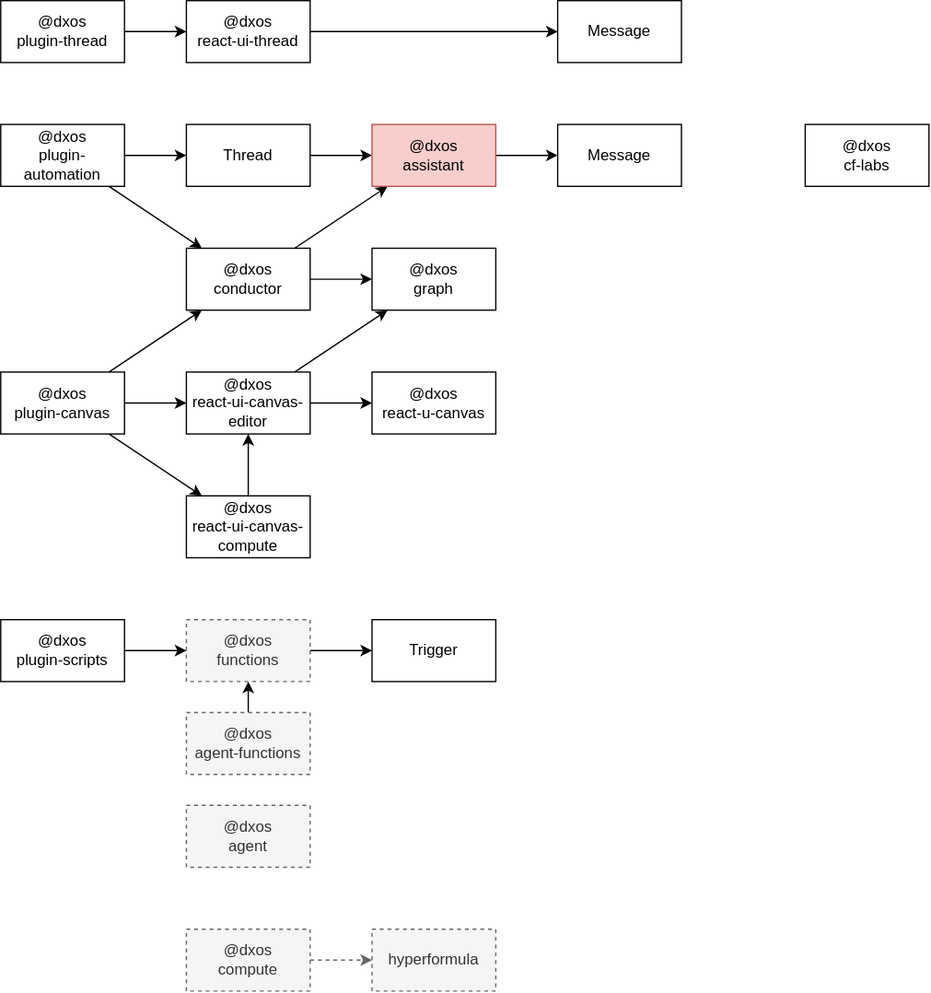
The draw.io diagram packages/ui/react-ui-canvas-compute/docs/packages.drawio.svg in dxos/dxos, before a commit. Source tidied: cells renumbered, new cells last; positions are measured from the earlier drawing's top-left corner, leaving out a move shared by most shapes. The source it was exported from:
```xml
<mxGraphModel>
  <root>
    <mxCell id="0" />
    <mxCell id="1" parent="0" />
    <mxCell id="2" style="edgeStyle=none;html=1;exitX=1;exitY=0.5;exitDx=0;exitDy=0;" parent="1" edge="1" source="4" target="9">
      <mxGeometry relative="1" as="geometry" />
    </mxCell>
    <mxCell id="3" style="edgeStyle=none;html=1;" parent="1" edge="1" source="4" target="8">
      <mxGeometry relative="1" as="geometry" />
    </mxCell>
    <mxCell id="4" value="@dxos&lt;br&gt;conductor" style="rounded=0;whiteSpace=wrap;html=1;" parent="1" vertex="1">
      <mxGeometry x="144" y="192" width="96" height="48" as="geometry" />
    </mxCell>
    <mxCell id="5" style="edgeStyle=none;html=1;exitX=1;exitY=0.5;exitDx=0;exitDy=0;fillColor=#f5f5f5;strokeColor=#666666;dashed=1;" parent="1" edge="1" source="6" target="10">
      <mxGeometry relative="1" as="geometry" />
    </mxCell>
    <mxCell id="6" value="@dxos&lt;br&gt;compute" style="rounded=0;whiteSpace=wrap;html=1;fillColor=#f5f5f5;strokeColor=#666666;fontColor=#333333;dashed=1;" parent="1" vertex="1">
      <mxGeometry x="144" y="720" width="96" height="48" as="geometry" />
    </mxCell>
    <mxCell id="7" style="edgeStyle=none;html=1;exitX=1;exitY=0.5;exitDx=0;exitDy=0;" parent="1" edge="1" source="8" target="17">
      <mxGeometry relative="1" as="geometry" />
    </mxCell>
    <mxCell id="8" value="@dxos&lt;br&gt;assistant" style="rounded=0;whiteSpace=wrap;html=1;fillColor=#f8cecc;strokeColor=#b85450;" parent="1" vertex="1">
      <mxGeometry x="288" y="96" width="96" height="48" as="geometry" />
    </mxCell>
    <mxCell id="9" value="@dxos&lt;br&gt;graph" style="rounded=0;whiteSpace=wrap;html=1;" parent="1" vertex="1">
      <mxGeometry x="288" y="192" width="96" height="48" as="geometry" />
    </mxCell>
    <mxCell id="10" value="hyperformula" style="rounded=0;whiteSpace=wrap;html=1;fillColor=#f5f5f5;strokeColor=#666666;fontColor=#333333;dashed=1;" parent="1" vertex="1">
      <mxGeometry x="288" y="720" width="96" height="48" as="geometry" />
    </mxCell>
    <mxCell id="11" style="edgeStyle=none;html=1;" parent="1" edge="1" source="14" target="4">
      <mxGeometry relative="1" as="geometry" />
    </mxCell>
    <mxCell id="12" style="edgeStyle=none;html=1;" parent="1" edge="1" source="14" target="21">
      <mxGeometry relative="1" as="geometry" />
    </mxCell>
    <mxCell id="13" style="edgeStyle=none;html=1;" parent="1" edge="1" source="14" target="23">
      <mxGeometry relative="1" as="geometry" />
    </mxCell>
    <mxCell id="14" value="@dxos&lt;br&gt;plugin-canvas" style="rounded=0;whiteSpace=wrap;html=1;" parent="1" vertex="1">
      <mxGeometry y="288" width="96" height="48" as="geometry" />
    </mxCell>
    <mxCell id="15" style="edgeStyle=none;html=1;exitX=1;exitY=0.5;exitDx=0;exitDy=0;" parent="1" edge="1" source="16" target="28">
      <mxGeometry relative="1" as="geometry" />
    </mxCell>
    <mxCell id="16" value="@dxos&lt;br&gt;plugin-thread" style="rounded=0;whiteSpace=wrap;html=1;" parent="1" vertex="1">
      <mxGeometry width="96" height="48" as="geometry" />
    </mxCell>
    <mxCell id="17" value="Message" style="rounded=0;whiteSpace=wrap;html=1;" parent="1" vertex="1">
      <mxGeometry x="432" y="96" width="96" height="48" as="geometry" />
    </mxCell>
    <mxCell id="18" value="@dxos&lt;br&gt;react-u-canvas" style="rounded=0;whiteSpace=wrap;html=1;" parent="1" vertex="1">
      <mxGeometry x="288" y="288" width="96" height="48" as="geometry" />
    </mxCell>
    <mxCell id="19" style="edgeStyle=none;html=1;" parent="1" edge="1" source="21" target="18">
      <mxGeometry relative="1" as="geometry" />
    </mxCell>
    <mxCell id="20" style="edgeStyle=none;html=1;" parent="1" edge="1" source="21" target="9">
      <mxGeometry relative="1" as="geometry" />
    </mxCell>
    <mxCell id="21" value="@dxos&lt;br&gt;react-ui-canvas-editor" style="rounded=0;whiteSpace=wrap;html=1;" parent="1" vertex="1">
      <mxGeometry x="144" y="288" width="96" height="48" as="geometry" />
    </mxCell>
    <mxCell id="22" style="edgeStyle=none;html=1;exitX=0.5;exitY=0;exitDx=0;exitDy=0;" parent="1" edge="1" source="23" target="21">
      <mxGeometry relative="1" as="geometry" />
    </mxCell>
    <mxCell id="23" value="@dxos&lt;br&gt;react-ui-canvas-compute" style="rounded=0;whiteSpace=wrap;html=1;" parent="1" vertex="1">
      <mxGeometry x="144" y="384" width="96" height="48" as="geometry" />
    </mxCell>
    <mxCell id="24" style="edgeStyle=none;html=1;" parent="1" edge="1" source="25" target="8">
      <mxGeometry relative="1" as="geometry" />
    </mxCell>
    <mxCell id="25" value="Thread" style="rounded=0;whiteSpace=wrap;html=1;" parent="1" vertex="1">
      <mxGeometry x="144" y="96" width="96" height="48" as="geometry" />
    </mxCell>
    <mxCell id="26" style="edgeStyle=none;html=1;entryX=0;entryY=0.5;entryDx=0;entryDy=0;" parent="1" edge="1" source="37" target="25">
      <mxGeometry relative="1" as="geometry" />
    </mxCell>
    <mxCell id="27" style="edgeStyle=none;html=1;exitX=1;exitY=0.5;exitDx=0;exitDy=0;entryX=0;entryY=0.5;entryDx=0;entryDy=0;" parent="1" edge="1" source="28" target="40">
      <mxGeometry relative="1" as="geometry" />
    </mxCell>
    <mxCell id="28" value="@dxos&lt;br&gt;react-ui-thread" style="rounded=0;whiteSpace=wrap;html=1;" parent="1" vertex="1">
      <mxGeometry x="144" width="96" height="48" as="geometry" />
    </mxCell>
    <mxCell id="29" style="edgeStyle=none;html=1;exitX=0.5;exitY=0;exitDx=0;exitDy=0;" parent="1" edge="1" source="30" target="34">
      <mxGeometry relative="1" as="geometry" />
    </mxCell>
    <mxCell id="30" value="@dxos&lt;br&gt;agent-functions" style="rounded=0;whiteSpace=wrap;html=1;fillColor=#f5f5f5;strokeColor=#666666;fontColor=#333333;dashed=1;" parent="1" vertex="1">
      <mxGeometry x="144" y="552" width="96" height="48" as="geometry" />
    </mxCell>
    <mxCell id="31" value="@dxos&lt;br&gt;cf-labs" style="rounded=0;whiteSpace=wrap;html=1;" parent="1" vertex="1">
      <mxGeometry x="624" y="96" width="96" height="48" as="geometry" />
    </mxCell>
    <mxCell id="32" value="@dxos&lt;br&gt;agent" style="rounded=0;whiteSpace=wrap;html=1;fillColor=#f5f5f5;strokeColor=#666666;fontColor=#333333;dashed=1;" parent="1" vertex="1">
      <mxGeometry x="144" y="624" width="96" height="48" as="geometry" />
    </mxCell>
    <mxCell id="33" style="edgeStyle=none;html=1;exitX=1;exitY=0.5;exitDx=0;exitDy=0;" parent="1" edge="1" source="34" target="35">
      <mxGeometry relative="1" as="geometry" />
    </mxCell>
    <mxCell id="34" value="@dxos&lt;br&gt;functions" style="rounded=0;whiteSpace=wrap;html=1;dashed=1;fillColor=#f5f5f5;fontColor=#333333;strokeColor=#666666;" parent="1" vertex="1">
      <mxGeometry x="144" y="480" width="96" height="48" as="geometry" />
    </mxCell>
    <mxCell id="35" value="Trigger" style="rounded=0;whiteSpace=wrap;html=1;" parent="1" vertex="1">
      <mxGeometry x="288" y="480" width="96" height="48" as="geometry" />
    </mxCell>
    <mxCell id="36" style="edgeStyle=none;html=1;" parent="1" edge="1" source="37" target="4">
      <mxGeometry relative="1" as="geometry" />
    </mxCell>
    <mxCell id="37" value="@dxos&lt;br&gt;plugin-automation" style="rounded=0;whiteSpace=wrap;html=1;" parent="1" vertex="1">
      <mxGeometry y="96" width="96" height="48" as="geometry" />
    </mxCell>
    <mxCell id="38" style="edgeStyle=none;html=1;" parent="1" edge="1" source="39" target="34">
      <mxGeometry relative="1" as="geometry" />
    </mxCell>
    <mxCell id="39" value="@dxos&lt;br&gt;plugin-scripts" style="rounded=0;whiteSpace=wrap;html=1;" parent="1" vertex="1">
      <mxGeometry y="480" width="96" height="48" as="geometry" />
    </mxCell>
    <mxCell id="40" value="Message" style="rounded=0;whiteSpace=wrap;html=1;" parent="1" vertex="1">
      <mxGeometry x="432" width="96" height="48" as="geometry" />
    </mxCell>
  </root>
</mxGraphModel>
```
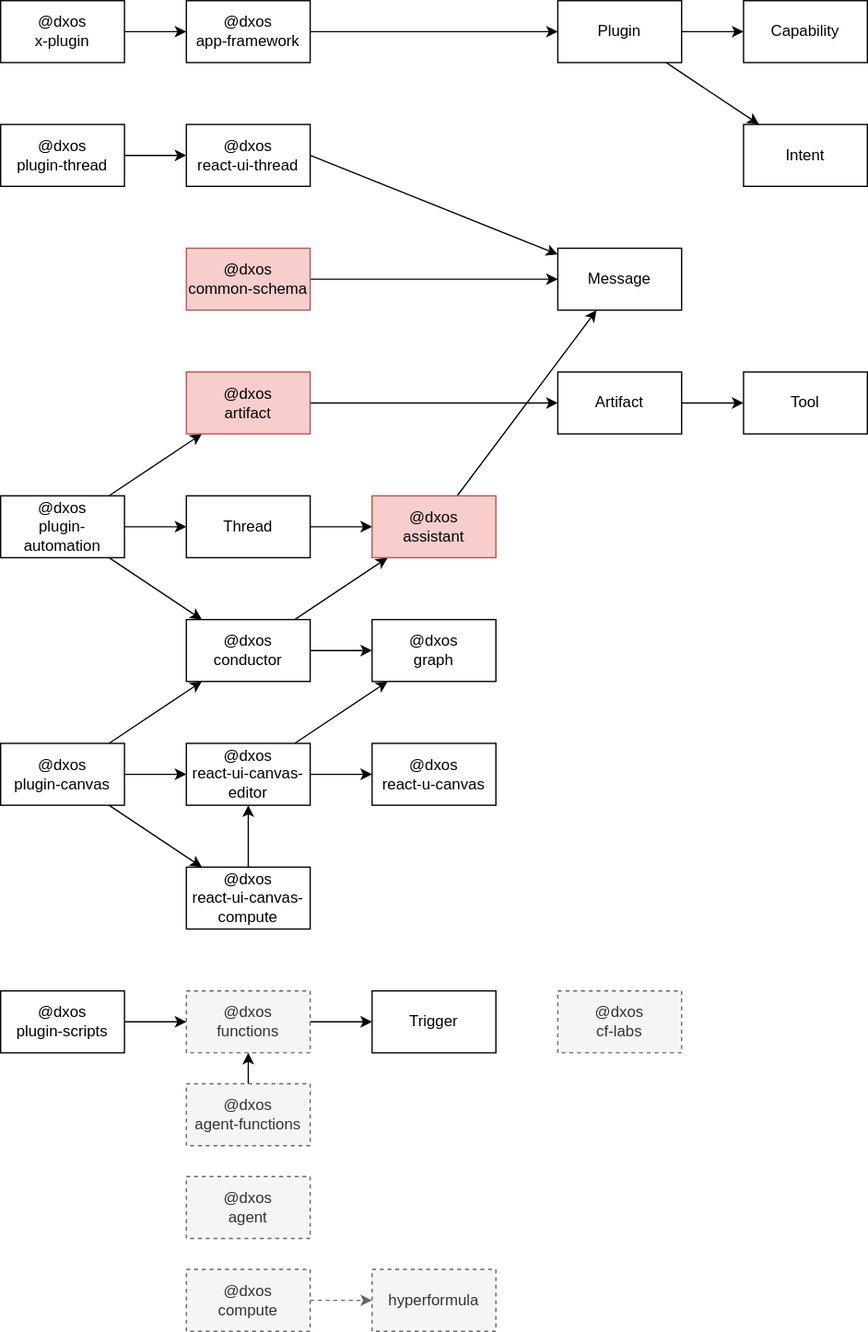
Above is the later version.

Change to the diagram source:
```diff
@@ -15,11 +15,11 @@
       <mxGeometry relative="1" as="geometry" />
     </mxCell>
     <mxCell id="6" value="@dxos&lt;br&gt;compute" style="rounded=0;whiteSpace=wrap;html=1;fillColor=#f5f5f5;strokeColor=#666666;fontColor=#333333;dashed=1;" parent="1" vertex="1">
-      <mxGeometry x="144" y="720" width="96" height="48" as="geometry" />
+      <mxGeometry x="144" y="696" width="96" height="48" as="geometry" />
     </mxCell>
-    <mxCell id="7" style="edgeStyle=none;html=1;exitX=1;exitY=0.5;exitDx=0;exitDy=0;" parent="1" edge="1" source="8" target="17">
-      <mxGeometry relative="1" as="geometry" />
-    </mxCell>
+    <mxCell id="41" style="edgeStyle=none;html=1;" parent="1" edge="1" source="8" target="55">
+      <mxGeometry relative="1" as="geometry" />
+    </mxCell>
     <mxCell id="8" value="@dxos&lt;br&gt;assistant" style="rounded=0;whiteSpace=wrap;html=1;fillColor=#f8cecc;strokeColor=#b85450;" parent="1" vertex="1">
       <mxGeometry x="288" y="96" width="96" height="48" as="geometry" />
     </mxCell>
@@ -27,7 +27,7 @@
       <mxGeometry x="288" y="192" width="96" height="48" as="geometry" />
     </mxCell>
     <mxCell id="10" value="hyperformula" style="rounded=0;whiteSpace=wrap;html=1;fillColor=#f5f5f5;strokeColor=#666666;fontColor=#333333;dashed=1;" parent="1" vertex="1">
-      <mxGeometry x="288" y="720" width="96" height="48" as="geometry" />
+      <mxGeometry x="288" y="696" width="96" height="48" as="geometry" />
     </mxCell>
     <mxCell id="11" style="edgeStyle=none;html=1;" parent="1" edge="1" source="14" target="4">
       <mxGeometry relative="1" as="geometry" />
@@ -45,11 +45,8 @@
       <mxGeometry relative="1" as="geometry" />
     </mxCell>
     <mxCell id="16" value="@dxos&lt;br&gt;plugin-thread" style="rounded=0;whiteSpace=wrap;html=1;" parent="1" vertex="1">
-      <mxGeometry width="96" height="48" as="geometry" />
+      <mxGeometry y="-192" width="96" height="48" as="geometry" />
     </mxCell>
-    <mxCell id="17" value="Message" style="rounded=0;whiteSpace=wrap;html=1;" parent="1" vertex="1">
-      <mxGeometry x="432" y="96" width="96" height="48" as="geometry" />
-    </mxCell>
     <mxCell id="18" value="@dxos&lt;br&gt;react-u-canvas" style="rounded=0;whiteSpace=wrap;html=1;" parent="1" vertex="1">
       <mxGeometry x="288" y="288" width="96" height="48" as="geometry" />
     </mxCell>
@@ -77,11 +74,11 @@
     <mxCell id="26" style="edgeStyle=none;html=1;entryX=0;entryY=0.5;entryDx=0;entryDy=0;" parent="1" edge="1" source="37" target="25">
       <mxGeometry relative="1" as="geometry" />
     </mxCell>
-    <mxCell id="27" style="edgeStyle=none;html=1;exitX=1;exitY=0.5;exitDx=0;exitDy=0;entryX=0;entryY=0.5;entryDx=0;entryDy=0;" parent="1" edge="1" source="28" target="40">
+    <mxCell id="27" style="edgeStyle=none;html=1;exitX=1;exitY=0.5;exitDx=0;exitDy=0;" parent="1" edge="1" source="28" target="55">
       <mxGeometry relative="1" as="geometry" />
     </mxCell>
     <mxCell id="28" value="@dxos&lt;br&gt;react-ui-thread" style="rounded=0;whiteSpace=wrap;html=1;" parent="1" vertex="1">
-      <mxGeometry x="144" width="96" height="48" as="geometry" />
+      <mxGeometry x="144" y="-192" width="96" height="48" as="geometry" />
     </mxCell>
     <mxCell id="29" style="edgeStyle=none;html=1;exitX=0.5;exitY=0;exitDx=0;exitDy=0;" parent="1" edge="1" source="30" target="34">
       <mxGeometry relative="1" as="geometry" />
@@ -89,8 +86,8 @@
     <mxCell id="30" value="@dxos&lt;br&gt;agent-functions" style="rounded=0;whiteSpace=wrap;html=1;fillColor=#f5f5f5;strokeColor=#666666;fontColor=#333333;dashed=1;" parent="1" vertex="1">
       <mxGeometry x="144" y="552" width="96" height="48" as="geometry" />
     </mxCell>
-    <mxCell id="31" value="@dxos&lt;br&gt;cf-labs" style="rounded=0;whiteSpace=wrap;html=1;" parent="1" vertex="1">
-      <mxGeometry x="624" y="96" width="96" height="48" as="geometry" />
+    <mxCell id="31" value="@dxos&lt;br&gt;cf-labs" style="rounded=0;whiteSpace=wrap;html=1;dashed=1;fillColor=#f5f5f5;fontColor=#333333;strokeColor=#666666;" parent="1" vertex="1">
+      <mxGeometry x="432" y="480" width="96" height="48" as="geometry" />
     </mxCell>
     <mxCell id="32" value="@dxos&lt;br&gt;agent" style="rounded=0;whiteSpace=wrap;html=1;fillColor=#f5f5f5;strokeColor=#666666;fontColor=#333333;dashed=1;" parent="1" vertex="1">
       <mxGeometry x="144" y="624" width="96" height="48" as="geometry" />
@@ -107,6 +104,9 @@
     <mxCell id="36" style="edgeStyle=none;html=1;" parent="1" edge="1" source="37" target="4">
       <mxGeometry relative="1" as="geometry" />
     </mxCell>
+    <mxCell id="42" style="edgeStyle=none;html=1;" parent="1" edge="1" source="37" target="44">
+      <mxGeometry relative="1" as="geometry" />
+    </mxCell>
     <mxCell id="37" value="@dxos&lt;br&gt;plugin-automation" style="rounded=0;whiteSpace=wrap;html=1;" parent="1" vertex="1">
       <mxGeometry y="96" width="96" height="48" as="geometry" />
     </mxCell>
@@ -116,8 +116,56 @@
     <mxCell id="39" value="@dxos&lt;br&gt;plugin-scripts" style="rounded=0;whiteSpace=wrap;html=1;" parent="1" vertex="1">
       <mxGeometry y="480" width="96" height="48" as="geometry" />
     </mxCell>
-    <mxCell id="40" value="Message" style="rounded=0;whiteSpace=wrap;html=1;" parent="1" vertex="1">
-      <mxGeometry x="432" width="96" height="48" as="geometry" />
-    </mxCell>
+    <mxCell id="43" style="edgeStyle=none;html=1;exitX=1;exitY=0.5;exitDx=0;exitDy=0;" parent="1" edge="1" source="44" target="47">
+      <mxGeometry relative="1" as="geometry" />
+    </mxCell>
+    <mxCell id="44" value="@dxos&lt;br&gt;artifact" style="rounded=0;whiteSpace=wrap;html=1;fillColor=#f8cecc;strokeColor=#b85450;" parent="1" vertex="1">
+      <mxGeometry x="144" width="96" height="48" as="geometry" />
+    </mxCell>
+    <mxCell id="45" style="edgeStyle=none;html=1;exitX=1;exitY=0.5;exitDx=0;exitDy=0;" parent="1" edge="1" source="47" target="52">
+      <mxGeometry relative="1" as="geometry" />
+    </mxCell>
+    <mxCell id="46" style="edgeStyle=none;html=1;" parent="1" edge="1" source="57" target="59">
+      <mxGeometry relative="1" as="geometry" />
+    </mxCell>
+    <mxCell id="47" value="Artifact" style="rounded=0;whiteSpace=wrap;html=1;" parent="1" vertex="1">
+      <mxGeometry x="432" width="96" height="48" as="geometry" />
+    </mxCell>
+    <mxCell id="48" style="edgeStyle=none;html=1;exitX=1;exitY=0.5;exitDx=0;exitDy=0;" parent="1" edge="1" source="49" target="57">
+      <mxGeometry relative="1" as="geometry" />
+    </mxCell>
+    <mxCell id="49" value="@dxos&lt;br&gt;app-framework" style="rounded=0;whiteSpace=wrap;html=1;" parent="1" vertex="1">
+      <mxGeometry x="144" y="-288" width="96" height="48" as="geometry" />
+    </mxCell>
+    <mxCell id="50" style="edgeStyle=none;html=1;exitX=1;exitY=0.5;exitDx=0;exitDy=0;" parent="1" edge="1" source="51" target="49">
+      <mxGeometry relative="1" as="geometry" />
+    </mxCell>
+    <mxCell id="51" value="@dxos&lt;br&gt;x-plugin" style="rounded=0;whiteSpace=wrap;html=1;" parent="1" vertex="1">
+      <mxGeometry y="-288" width="96" height="48" as="geometry" />
+    </mxCell>
+    <mxCell id="52" value="Tool" style="rounded=0;whiteSpace=wrap;html=1;" parent="1" vertex="1">
+      <mxGeometry x="576" width="96" height="48" as="geometry" />
+    </mxCell>
+    <mxCell id="53" style="edgeStyle=none;html=1;exitX=1;exitY=0.5;exitDx=0;exitDy=0;" parent="1" edge="1" source="54" target="55">
+      <mxGeometry relative="1" as="geometry" />
+    </mxCell>
+    <mxCell id="54" value="@dxos&lt;br&gt;common-schema" style="rounded=0;whiteSpace=wrap;html=1;fillColor=#f8cecc;strokeColor=#b85450;" parent="1" vertex="1">
+      <mxGeometry x="144" y="-96" width="96" height="48" as="geometry" />
+    </mxCell>
+    <mxCell id="55" value="Message" style="rounded=0;whiteSpace=wrap;html=1;" parent="1" vertex="1">
+      <mxGeometry x="432" y="-96" width="96" height="48" as="geometry" />
+    </mxCell>
+    <mxCell id="56" style="edgeStyle=none;html=1;exitX=1;exitY=0.5;exitDx=0;exitDy=0;" parent="1" edge="1" source="57" target="58">
+      <mxGeometry relative="1" as="geometry" />
+    </mxCell>
+    <mxCell id="57" value="Plugin" style="rounded=0;whiteSpace=wrap;html=1;" parent="1" vertex="1">
+      <mxGeometry x="432" y="-288" width="96" height="48" as="geometry" />
+    </mxCell>
+    <mxCell id="58" value="Capability" style="rounded=0;whiteSpace=wrap;html=1;" parent="1" vertex="1">
+      <mxGeometry x="576" y="-288" width="96" height="48" as="geometry" />
+    </mxCell>
+    <mxCell id="59" value="Intent" style="rounded=0;whiteSpace=wrap;html=1;" parent="1" vertex="1">
+      <mxGeometry x="576" y="-192" width="96" height="48" as="geometry" />
+    </mxCell>
   </root>
 </mxGraphModel>
```
